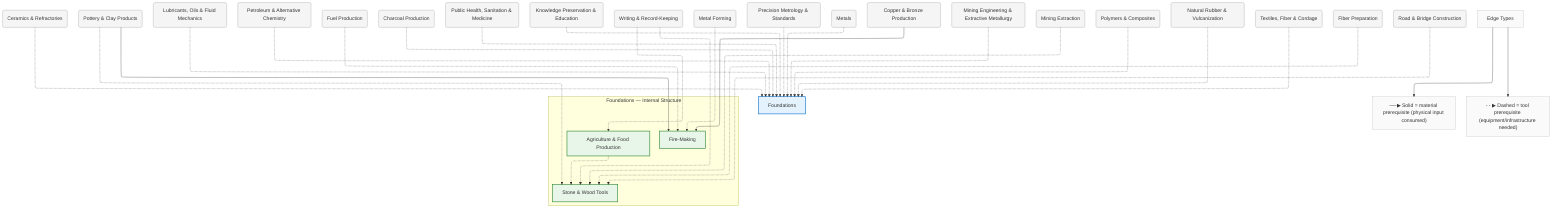
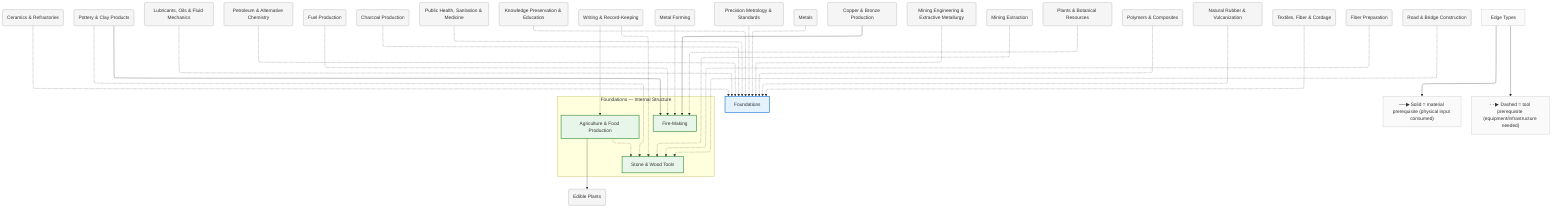
%%{init: {"flowchart": {"defaultRenderer": "elk", "htmlLabels": true}}}%%
graph TD
    %% Domain: Foundations

    %% ==================== INTERNAL NODES ====================
    subgraph foundations_internal ["Foundations — Internal Structure"]
        direction TB
        foundations_fire["Fire-Making"]
        foundations_tools-basic["Stone & Wood Tools"]
        foundations_food-agriculture["Agriculture & Food Production"]
    end

    %% ==================== DOMAIN NODE ====================
    foundations["Foundations"]

    %% ==================== EXTERNAL DEPENDENCIES ====================
    ceramics("Ceramics & Refractories")
    ceramics_pottery("Pottery & Clay Products")
    chemistry_lubricants("Lubricants, Oils & Fluid Mechanics")
    chemistry_petroleum-alternatives("Petroleum & Alternative Chemistry")
    energy_fuels("Fuel Production")
    energy_fuels_charcoal("Charcoal Production")
    health("Public Health, Sanitation & Medicine")
    knowledge("Knowledge Preservation & Education")
    knowledge_writing("Writing & Record-Keeping")
    machine-tools_forming("Metal Forming")
    measurement_precision-metrology("Precision Metrology & Standards")
    metals("Metals")
    metals_copper-bronze("Copper & Bronze Production")
    mining("Mining Engineering & Extractive Metallurgy")
    mining_extraction("Mining Extraction")
+     plants("Plants & Botanical Resources")
+     plants_edible-plants("Edible Plants")
    polymers("Polymers & Composites")
    polymers_rubber_natural("Natural Rubber & Vulcanization")
    textiles("Textiles, Fiber & Cordage")
    textiles_fibers("Fiber Preparation")
    transport_roads("Road & Bridge Construction")

    %% ==================== EDGES ====================
    foundations_food-agriculture -.-> foundations_tools-basic
    metals -.-> foundations
    knowledge -.-> foundations
    measurement_precision-metrology -.-> foundations
    health -.-> foundations
    ceramics -.-> foundations
    textiles -.-> foundations
    chemistry_lubricants -.-> foundations
    mining -.-> foundations
    chemistry_petroleum-alternatives -.-> foundations
    polymers -.-> foundations
    energy_fuels_charcoal -.-> foundations
    polymers_rubber_natural -.-> foundations
    energy_fuels -.-> foundations_fire
    ceramics_pottery --> foundations_fire
    metals_copper-bronze --> foundations_fire
    machine-tools_forming -.-> foundations_fire
    mining_extraction -.-> foundations_tools-basic
    ceramics_pottery -.-> foundations_tools-basic
    textiles_fibers -.-> foundations_tools-basic
    knowledge_writing -.-> foundations_tools-basic
    transport_roads -.-> foundations_tools-basic
    knowledge_writing -.-> foundations_food-agriculture
+     plants -.-> foundations_fire
+     foundations_food-agriculture --> plants_edible-plants

    %% ==================== EDGE TYPE LEGEND ====================
    EdgeLegend["Edge Types"]
    EdgeLegend --> MatNote["──▶ Solid = material prerequisite (physical input consumed)"]
    EdgeLegend --> ToolNote["- - ▶ Dashed = tool prerequisite (equipment/infrastructure needed)"]

    %% ==================== STYLING ====================
    classDef domain fill:#e3f2fd,stroke:#1976d2,stroke-width:2px
    classDef capability fill:#e8f5e9,stroke:#388e3c,stroke-width:2px
    classDef process fill:#fff3e0,stroke:#f57c00,stroke-width:2px
    classDef critical fill:#fff3e0,stroke:#f57c00,stroke-width:3px
    classDef earlyWin fill:#e8f5e9,stroke:#388e3c,stroke-width:3px
    classDef pinnacle fill:#fce4ec,stroke:#c62828,stroke-width:3px
    classDef external fill:#f5f5f5,stroke:#9e9e9e,stroke-width:1px
    classDef legend fill:#fafafa,stroke:#bdbdbd,stroke-width:1px
    class foundations domain
    class foundations_fire capability
    class foundations_tools-basic capability
    class foundations_food-agriculture capability
    class ceramics external
    class ceramics_pottery external
    class chemistry_lubricants external
    class chemistry_petroleum-alternatives external
    class energy_fuels external
    class energy_fuels_charcoal external
    class health external
    class knowledge external
    class knowledge_writing external
    class machine-tools_forming external
    class measurement_precision-metrology external
    class metals external
    class metals_copper-bronze external
    class mining external
    class mining_extraction external
+     class plants external
+     class plants_edible-plants external
    class polymers external
    class polymers_rubber_natural external
    class textiles external
    class textiles_fibers external
    class transport_roads external
    class EdgeLegend,MatNote,ToolNote legend
